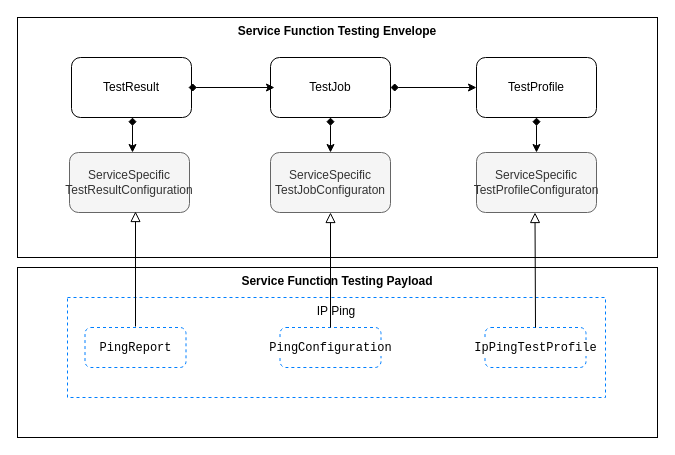
Earlier version of the draw.io diagram documentation/serviceApi/sft/serviceTest/media/src/serviceSpecSchema.drawio (MEF-GIT/MEF-LSO-Legato-SDK). Source tidied: cells renumbered, new cells numbered last; positions are measured from the earlier drawing's top-left corner, leaving out a move shared by most shapes. Both pictures are drawn from the tidied source at 100%, with x=0, y=0 at pixel (17, 17).
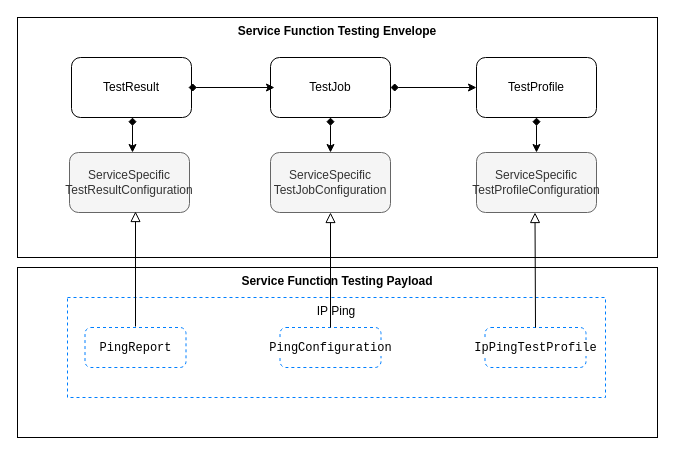
After the change.

Change to the diagram source:
```diff
@@
-    <mxCell id="5" value="ServiceSpecific&lt;br&gt;TestJobConfiguraton" style="rounded=1;html=1;whiteSpace=wrap;fillColor=#f5f5f5;strokeColor=#666666;fontColor=#333333;" parent="1" vertex="1">
+    <mxCell id="5" value="ServiceSpecific&lt;br&gt;TestJobConfiguration" style="rounded=1;html=1;whiteSpace=wrap;fillColor=#f5f5f5;strokeColor=#666666;fontColor=#333333;" parent="1" vertex="1">
       <mxGeometry x="253" y="135" width="120" height="60" as="geometry" />
     </mxCell>
@@
-    <mxCell id="8" value="ServiceSpecific&lt;br&gt;TestProfileConfiguraton" style="rounded=1;whiteSpace=wrap;html=1;fillColor=#f5f5f5;strokeColor=#666666;fontColor=#333333;" parent="1" vertex="1">
+    <mxCell id="8" value="ServiceSpecific&lt;br&gt;TestProfileConfiguration" style="rounded=1;whiteSpace=wrap;html=1;fillColor=#f5f5f5;strokeColor=#666666;fontColor=#333333;" parent="1" vertex="1">
       <mxGeometry x="459" y="135" width="120" height="60" as="geometry" />
     </mxCell>
```
